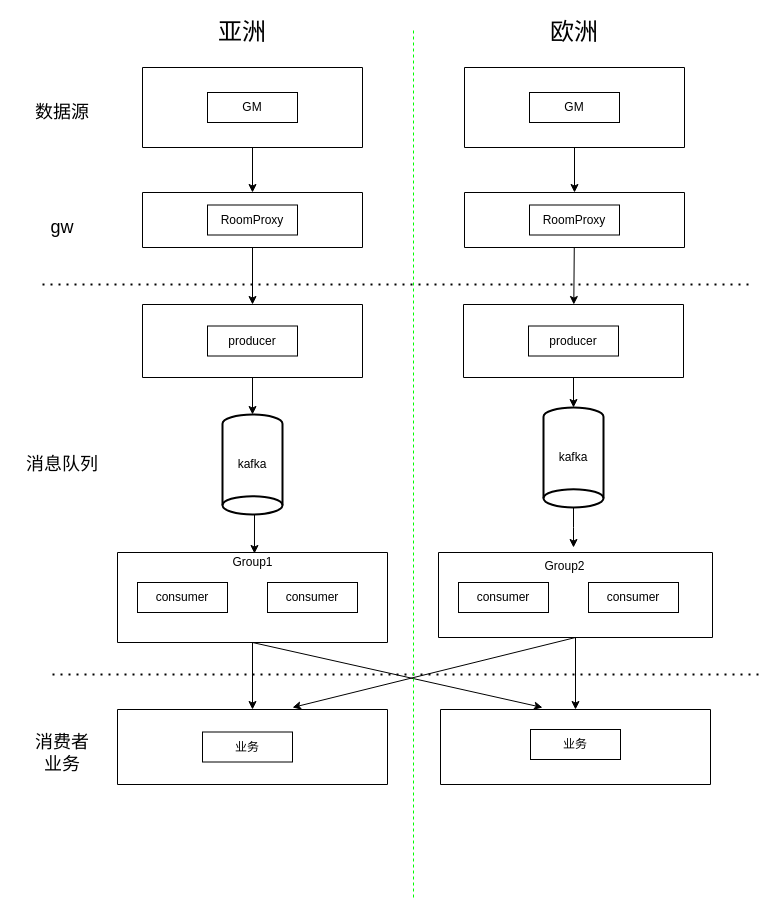
Earlier version of the draw.io diagram Untitled Diagram.drawio (lawlient/DrawIO). Source tidied: cells renumbered, new cells numbered last; positions are measured from the earlier drawing's top-left corner, leaving out a move shared by most shapes. Both pictures are drawn from the tidied source at 100%, with x=0, y=0 at pixel (22, 17).
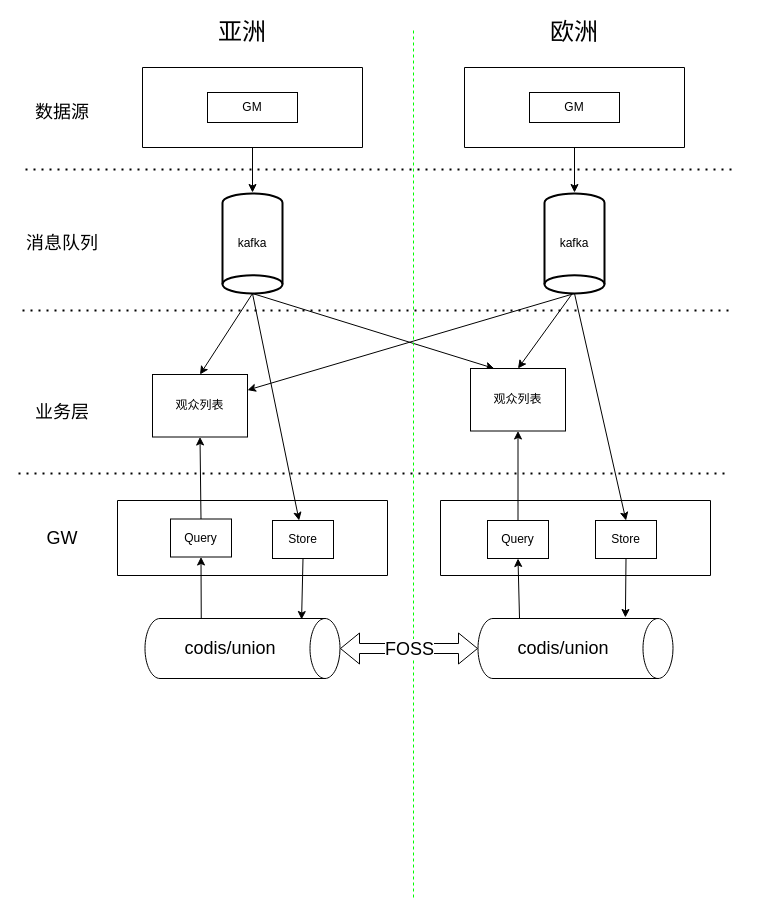
The same page after the edit.

Commit message:
观众数据读写架构图.drawio

Unchanged cells that the change refers to:
```xml
<mxCell id="3" style="swimlane;startSize=0;" parent="1" vertex="1">
  <mxGeometry x="120" y="50" width="220" height="80" as="geometry" />
</mxCell>
<mxCell id="42" style="swimlane;startSize=0;" parent="1" vertex="1">
  <mxGeometry x="442" y="50" width="220" height="80" as="geometry" />
</mxCell>
```

Diff of the diagram source:
```diff
@@
-    <mxCell id="2" style="edgeStyle=orthogonalEdgeStyle;rounded=0;jettySize=auto;html=1;exitX=0.5;exitY=1;exitDx=0;exitDy=0;entryX=0.5;entryY=0;entryDx=0;entryDy=0;" parent="1" edge="1" source="3" target="29">
-      <mxGeometry relative="1" as="geometry" />
+    <mxCell id="2" style="edgeStyle=orthogonalEdgeStyle;rounded=0;jettySize=auto;html=1;exitX=0.5;exitY=1;exitDx=0;exitDy=0;entryX=0.5;entryY=0;entryDx=0;entryDy=0;" parent="1" edge="1" source="3">
+      <mxGeometry relative="1" as="geometry">
+        <mxPoint x="230" y="175" as="targetPoint" />
+      </mxGeometry>
     </mxCell>
@@
-    <mxCell id="5" style="edgeStyle=orthogonalEdgeStyle;rounded=0;jettySize=auto;html=1;exitX=0.5;exitY=1;exitDx=0;exitDy=0;" parent="1" edge="1" source="7" target="22">
-      <mxGeometry relative="1" as="geometry" />
-    </mxCell>
-    <mxCell id="6" style="edgeStyle=none;rounded=0;jettySize=auto;html=1;exitX=0.5;exitY=1;exitDx=0;exitDy=0;fontSize=18;" parent="1" edge="1" source="7">
-      <mxGeometry relative="1" as="geometry">
-        <mxPoint x="520" y="690" as="targetPoint" />
-      </mxGeometry>
-    </mxCell>
-    <mxCell id="7" style="swimlane;startSize=0;" parent="1" vertex="1">
-      <mxGeometry x="95" y="535" width="270" height="90" as="geometry" />
-    </mxCell>
-    <mxCell id="8" value="consumer" style="rounded=0;whiteSpace=wrap;html=1;" parent="7" vertex="1">
-      <mxGeometry x="20" y="30" width="90" height="30" as="geometry" />
-    </mxCell>
-    <mxCell id="9" value="consumer" style="rounded=0;whiteSpace=wrap;html=1;" parent="7" vertex="1">
-      <mxGeometry x="150" y="30" width="90" height="30" as="geometry" />
-    </mxCell>
-    <mxCell id="10" value="Group1" style="text;html=1;align=center;verticalAlign=middle;points=[];strokeColor=none;fillColor=none;" parent="7" vertex="1">
-      <mxGeometry x="105" width="60" height="20" as="geometry" />
-    </mxCell>
-    <mxCell id="11" style="edgeStyle=orthogonalEdgeStyle;rounded=0;jettySize=auto;html=1;exitX=0.5;exitY=1;exitDx=0;exitDy=0;entryX=0;entryY=0.5;entryDx=0;entryDy=0;entryPerimeter=0;" parent="1" edge="1" source="12" target="15">
-      <mxGeometry relative="1" as="geometry" />
-    </mxCell>
-    <mxCell id="12" style="swimlane;startSize=0;" parent="1" vertex="1">
-      <mxGeometry x="120" y="287" width="220" height="73" as="geometry" />
-    </mxCell>
-    <mxCell id="13" value="producer" style="rounded=0;whiteSpace=wrap;html=1;" parent="12" vertex="1">
-      <mxGeometry x="65" y="21.5" width="90" height="30" as="geometry" />
-    </mxCell>
-    <mxCell id="14" style="edgeStyle=orthogonalEdgeStyle;rounded=0;jettySize=auto;html=1;exitX=1;exitY=0.5;exitDx=0;exitDy=0;exitPerimeter=0;entryX=0.533;entryY=0.05;entryDx=0;entryDy=0;entryPerimeter=0;fontSize=18;" parent="1" edge="1" source="15" target="10">
+    <mxCell id="14" style="rounded=0;jettySize=auto;html=1;exitX=1;exitY=0.5;exitDx=0;exitDy=0;exitPerimeter=0;entryX=0.5;entryY=0;entryDx=0;entryDy=0;fontSize=18;" parent="1" edge="1" source="15" target="72">
       <mxGeometry relative="1" as="geometry" />
     </mxCell>
+    <mxCell id="49" style="edgeStyle=none;rounded=0;jettySize=auto;html=1;exitX=1;exitY=0.5;exitDx=0;exitDy=0;exitPerimeter=0;fontSize=18;startArrow=none;startFill=0;strokeColor=#000000;" parent="1" edge="1" source="15" target="60">
+      <mxGeometry relative="1" as="geometry" />
+    </mxCell>
+    <mxCell id="50" style="edgeStyle=none;rounded=0;jettySize=auto;html=1;exitX=1;exitY=0.5;exitDx=0;exitDy=0;exitPerimeter=0;entryX=0.25;entryY=0;entryDx=0;entryDy=0;fontSize=18;startArrow=none;startFill=0;strokeColor=#000000;" parent="1" edge="1" source="15" target="70">
+      <mxGeometry relative="1" as="geometry" />
+    </mxCell>
     <mxCell id="15" value="kafka" style="strokeWidth=2;html=1;shape=mxgraph.flowchart.direct_data;whiteSpace=wrap;direction=south;" parent="1" vertex="1">
-      <mxGeometry x="200" y="397" width="60" height="100" as="geometry" />
+      <mxGeometry x="200" y="176" width="60" height="100" as="geometry" />
     </mxCell>
-    <mxCell id="16" style="edgeStyle=orthogonalEdgeStyle;rounded=0;jettySize=auto;html=1;exitX=0.5;exitY=1;exitDx=0;exitDy=0;entryX=0.5;entryY=0;entryDx=0;entryDy=0;" parent="1" edge="1" source="18" target="24">
-      <mxGeometry relative="1" as="geometry" />
-    </mxCell>
-    <mxCell id="17" style="rounded=0;jettySize=auto;html=1;exitX=0.5;exitY=1;exitDx=0;exitDy=0;fontSize=18;" parent="1" edge="1" source="18">
-      <mxGeometry relative="1" as="geometry">
-        <mxPoint x="270" y="690" as="targetPoint" />
-      </mxGeometry>
-    </mxCell>
-    <mxCell id="18" style="swimlane;startSize=0;" parent="1" vertex="1">
-      <mxGeometry x="416" y="535" width="274" height="85" as="geometry" />
-    </mxCell>
-    <mxCell id="19" value="consumer" style="rounded=0;whiteSpace=wrap;html=1;" parent="18" vertex="1">
-      <mxGeometry x="20" y="30" width="90" height="30" as="geometry" />
-    </mxCell>
-    <mxCell id="20" value="consumer" style="rounded=0;whiteSpace=wrap;html=1;" parent="18" vertex="1">
-      <mxGeometry x="150" y="30" width="90" height="30" as="geometry" />
-    </mxCell>
     <mxCell id="21" style="endArrow=none;dashed=1;html=1;dashPattern=1 3;strokeWidth=2;rounded=0;" parent="1" edge="1">
       <mxGeometry relative="1" as="geometry">
-        <mxPoint x="20" y="267" as="sourcePoint" />
-        <mxPoint x="730" y="267" as="targetPoint" />
+        <mxPoint x="3" y="152" as="sourcePoint" />
+        <mxPoint x="713" y="152" as="targetPoint" />
       </mxGeometry>
     </mxCell>
-    <mxCell id="22" style="swimlane;startSize=0;" parent="1" vertex="1">
-      <mxGeometry x="95" y="692" width="270" height="75" as="geometry" />
-    </mxCell>
-    <mxCell id="23" value="业务" style="rounded=0;whiteSpace=wrap;html=1;" parent="22" vertex="1">
-      <mxGeometry x="85" y="22.5" width="90" height="30" as="geometry" />
-    </mxCell>
-    <mxCell id="24" style="swimlane;startSize=0;" parent="1" vertex="1">
-      <mxGeometry x="418" y="692" width="270" height="75" as="geometry" />
-    </mxCell>
-    <mxCell id="25" value="业务" style="rounded=0;whiteSpace=wrap;html=1;" parent="24" vertex="1">
-      <mxGeometry x="90" y="20" width="90" height="30" as="geometry" />
-    </mxCell>
-    <mxCell id="26" value="Group2" style="text;html=1;align=center;verticalAlign=middle;strokeColor=none;fillColor=none;" parent="1" vertex="1">
-      <mxGeometry x="512" y="539" width="60" height="20" as="geometry" />
-    </mxCell>
     <mxCell id="27" style="endArrow=none;dashed=1;html=1;dashPattern=1 3;strokeWidth=2;rounded=0;" parent="1" edge="1">
       <mxGeometry relative="1" as="geometry">
-        <mxPoint x="30" y="657" as="sourcePoint" />
-        <mxPoint x="740" y="657" as="targetPoint" />
+        <mxPoint y="293" as="sourcePoint" />
+        <mxPoint x="710" y="293" as="targetPoint" />
       </mxGeometry>
     </mxCell>
-    <mxCell id="28" style="edgeStyle=orthogonalEdgeStyle;rounded=0;jettySize=auto;html=1;exitX=0.5;exitY=1;exitDx=0;exitDy=0;entryX=0.5;entryY=0;entryDx=0;entryDy=0;" parent="1" edge="1" source="29" target="12">
-      <mxGeometry relative="1" as="geometry" />
-    </mxCell>
-    <mxCell id="29" style="swimlane;startSize=0;" parent="1" vertex="1">
-      <mxGeometry x="120" y="175" width="220" height="55" as="geometry" />
-    </mxCell>
-    <mxCell id="30" value="RoomProxy" style="rounded=0;whiteSpace=wrap;html=1;" parent="29" vertex="1">
-      <mxGeometry x="65" y="12.5" width="90" height="30" as="geometry" />
-    </mxCell>
@@
-    <mxCell id="32" value="&lt;font style=&quot;font-size: 18px&quot;&gt;gw&lt;/font&gt;" style="text;html=1;strokeColor=none;fillColor=none;align=center;verticalAlign=middle;whiteSpace=wrap;rounded=0;" parent="1" vertex="1">
-      <mxGeometry x="10" y="195" width="60" height="30" as="geometry" />
-    </mxCell>
     <mxCell id="33" value="&lt;font style=&quot;font-size: 18px&quot;&gt;消息队列&lt;/font&gt;" style="text;html=1;strokeColor=none;fillColor=none;align=center;verticalAlign=middle;whiteSpace=wrap;rounded=0;" parent="1" vertex="1">
-      <mxGeometry y="431" width="80" height="32" as="geometry" />
+      <mxGeometry y="210" width="80" height="32" as="geometry" />
     </mxCell>
-    <mxCell id="34" value="&lt;font style=&quot;font-size: 18px&quot;&gt;消费者&lt;br&gt;业务&lt;br&gt;&lt;/font&gt;" style="text;html=1;strokeColor=none;fillColor=none;align=center;verticalAlign=middle;whiteSpace=wrap;rounded=0;" parent="1" vertex="1">
-      <mxGeometry y="720" width="80" height="32" as="geometry" />
+    <mxCell id="34" value="&lt;font style=&quot;font-size: 18px&quot;&gt;业务层&lt;br&gt;&lt;/font&gt;" style="text;html=1;strokeColor=none;fillColor=none;align=center;verticalAlign=middle;whiteSpace=wrap;rounded=0;" parent="1" vertex="1">
+      <mxGeometry y="378.5" width="80" height="32" as="geometry" />
     </mxCell>
@@
-    <mxCell id="36" style="edgeStyle=orthogonalEdgeStyle;rounded=0;jettySize=auto;html=1;exitX=1;exitY=0.5;exitDx=0;exitDy=0;exitPerimeter=0;fontSize=18;" parent="1" edge="1" source="37">
+    <mxCell id="36" style="rounded=0;jettySize=auto;html=1;fontSize=18;entryX=0.5;entryY=0;entryDx=0;entryDy=0;" parent="1" edge="1" target="70">
       <mxGeometry relative="1" as="geometry">
-        <mxPoint x="551" y="530" as="targetPoint" />
+        <mxPoint x="552" y="273" as="sourcePoint" />
       </mxGeometry>
     </mxCell>
+    <mxCell id="51" style="edgeStyle=none;rounded=0;jettySize=auto;html=1;exitX=1;exitY=0.5;exitDx=0;exitDy=0;exitPerimeter=0;entryX=0.5;entryY=0;entryDx=0;entryDy=0;fontSize=18;startArrow=none;startFill=0;strokeColor=#000000;" parent="1" edge="1" source="37" target="64">
+      <mxGeometry relative="1" as="geometry" />
+    </mxCell>
+    <mxCell id="52" style="edgeStyle=none;rounded=0;jettySize=auto;html=1;exitX=1;exitY=0.5;exitDx=0;exitDy=0;exitPerimeter=0;entryX=1;entryY=0.25;entryDx=0;entryDy=0;fontSize=18;startArrow=none;startFill=0;strokeColor=#000000;" parent="1" edge="1" source="37" target="72">
+      <mxGeometry relative="1" as="geometry" />
+    </mxCell>
     <mxCell id="37" value="kafka" style="strokeWidth=2;html=1;shape=mxgraph.flowchart.direct_data;whiteSpace=wrap;direction=south;" parent="1" vertex="1">
-      <mxGeometry x="521" y="390" width="60" height="100" as="geometry" />
+      <mxGeometry x="522" y="176" width="60" height="100" as="geometry" />
     </mxCell>
-    <mxCell id="38" style="edgeStyle=orthogonalEdgeStyle;rounded=0;jettySize=auto;html=1;exitX=0.5;exitY=1;exitDx=0;exitDy=0;entryX=0;entryY=0.5;entryDx=0;entryDy=0;entryPerimeter=0;fontSize=18;" parent="1" edge="1" source="39" target="37">
-      <mxGeometry relative="1" as="geometry" />
-    </mxCell>
-    <mxCell id="39" style="swimlane;startSize=0;" parent="1" vertex="1">
-      <mxGeometry x="441" y="287" width="220" height="73" as="geometry" />
-    </mxCell>
-    <mxCell id="40" value="producer" style="rounded=0;whiteSpace=wrap;html=1;" parent="39" vertex="1">
-      <mxGeometry x="65" y="21.5" width="90" height="30" as="geometry" />
-    </mxCell>
-    <mxCell id="41" style="edgeStyle=orthogonalEdgeStyle;rounded=0;jettySize=auto;html=1;exitX=0.5;exitY=1;exitDx=0;exitDy=0;entryX=0.5;entryY=0;entryDx=0;entryDy=0;" parent="1" edge="1" source="42" target="45">
-      <mxGeometry relative="1" as="geometry" />
+    <mxCell id="41" style="edgeStyle=orthogonalEdgeStyle;rounded=0;jettySize=auto;html=1;exitX=0.5;exitY=1;exitDx=0;exitDy=0;entryX=0.5;entryY=0;entryDx=0;entryDy=0;" parent="1" edge="1" source="42">
+      <mxGeometry relative="1" as="geometry">
+        <mxPoint x="552" y="175" as="targetPoint" />
+      </mxGeometry>
     </mxCell>
@@
-    <mxCell id="44" style="edgeStyle=none;rounded=0;jettySize=auto;html=1;fontSize=18;" parent="1" edge="1" source="45" target="39">
-      <mxGeometry relative="1" as="geometry" />
-    </mxCell>
-    <mxCell id="45" style="swimlane;startSize=0;" parent="1" vertex="1">
-      <mxGeometry x="442" y="175" width="220" height="55" as="geometry" />
-    </mxCell>
-    <mxCell id="46" value="RoomProxy" style="rounded=0;whiteSpace=wrap;html=1;" parent="45" vertex="1">
-      <mxGeometry x="65" y="12.5" width="90" height="30" as="geometry" />
-    </mxCell>
@@
+    <mxCell id="53" style="edgeStyle=none;rounded=0;jettySize=auto;html=1;exitX=0.5;exitY=0;exitDx=0;exitDy=0;exitPerimeter=0;fontSize=18;strokeColor=#000000;shape=flexArrow;startArrow=block;" parent="1" edge="1" source="56" target="57">
+      <mxGeometry relative="1" as="geometry" />
+    </mxCell>
+    <mxCell id="54" value="FOSS" style="edgeLabel;html=1;align=center;verticalAlign=middle;fontSize=18;" parent="53" vertex="1">
+      <mxGeometry x="0.15" y="-1" relative="1" as="geometry">
+        <mxPoint x="-10" y="-1" as="offset" />
+      </mxGeometry>
+    </mxCell>
+    <mxCell id="55" style="edgeStyle=none;rounded=0;jettySize=auto;html=1;exitX=0;exitY=0;exitDx=0;exitDy=138.75;exitPerimeter=0;entryX=0.5;entryY=1;entryDx=0;entryDy=0;fontSize=18;startArrow=none;startFill=0;strokeColor=#000000;" parent="1" edge="1" source="56" target="59">
+      <mxGeometry relative="1" as="geometry" />
+    </mxCell>
+    <mxCell id="56" value="&lt;span&gt;codis/union&lt;/span&gt;" style="shape=cylinder3;whiteSpace=wrap;html=1;boundedLbl=1;backgroundOutline=1;size=15;fontSize=18;direction=south;" parent="1" vertex="1">
+      <mxGeometry x="122.5" y="601" width="195" height="60" as="geometry" />
+    </mxCell>
+    <mxCell id="57" value="&lt;span&gt;codis/union&lt;/span&gt;" style="shape=cylinder3;whiteSpace=wrap;html=1;boundedLbl=1;backgroundOutline=1;size=15;fontSize=18;direction=south;" parent="1" vertex="1">
+      <mxGeometry x="455.5" y="601" width="195" height="60" as="geometry" />
+    </mxCell>
+    <mxCell id="58" style="swimlane;startSize=0;" parent="1" vertex="1">
+      <mxGeometry x="95" y="483" width="270" height="75" as="geometry" />
+    </mxCell>
+    <mxCell id="59" value="Query" style="rounded=0;whiteSpace=wrap;html=1;" parent="58" vertex="1">
+      <mxGeometry x="53" y="18.5" width="61" height="38" as="geometry" />
+    </mxCell>
+    <mxCell id="60" value="Store" style="rounded=0;whiteSpace=wrap;html=1;" parent="58" vertex="1">
+      <mxGeometry x="155" y="20" width="61" height="38" as="geometry" />
+    </mxCell>
+    <mxCell id="61" value="&lt;font style=&quot;font-size: 18px&quot;&gt;GW&lt;br&gt;&lt;/font&gt;" style="text;html=1;strokeColor=none;fillColor=none;align=center;verticalAlign=middle;whiteSpace=wrap;rounded=0;" parent="1" vertex="1">
+      <mxGeometry y="504.5" width="80" height="32" as="geometry" />
+    </mxCell>
+    <mxCell id="62" style="swimlane;startSize=0;" parent="1" vertex="1">
+      <mxGeometry x="418" y="483" width="270" height="75" as="geometry" />
+    </mxCell>
+    <mxCell id="63" value="Query" style="rounded=0;whiteSpace=wrap;html=1;" parent="62" vertex="1">
+      <mxGeometry x="47" y="20" width="61" height="38" as="geometry" />
+    </mxCell>
+    <mxCell id="64" value="Store" style="rounded=0;whiteSpace=wrap;html=1;" parent="62" vertex="1">
+      <mxGeometry x="155" y="20" width="61" height="38" as="geometry" />
+    </mxCell>
+    <mxCell id="65" style="edgeStyle=none;rounded=0;jettySize=auto;html=1;exitX=0.5;exitY=1;exitDx=0;exitDy=0;fontSize=18;startArrow=none;startFill=0;strokeColor=#000000;entryX=0.017;entryY=0.197;entryDx=0;entryDy=0;entryPerimeter=0;" parent="1" edge="1" source="60" target="56">
+      <mxGeometry relative="1" as="geometry" />
+    </mxCell>
+    <mxCell id="66" style="edgeStyle=none;rounded=0;jettySize=auto;html=1;entryX=0.5;entryY=1;entryDx=0;entryDy=0;fontSize=18;startArrow=none;startFill=0;strokeColor=#000000;exitX=0.5;exitY=0;exitDx=0;exitDy=0;" parent="1" edge="1" source="63" target="70">
+      <mxGeometry relative="1" as="geometry" />
+    </mxCell>
+    <mxCell id="67" style="edgeStyle=none;rounded=0;jettySize=auto;html=1;fontSize=18;startArrow=none;startFill=0;strokeColor=#000000;entryX=0.5;entryY=1;entryDx=0;entryDy=0;exitX=0;exitY=0.787;exitDx=0;exitDy=0;exitPerimeter=0;" parent="1" edge="1" source="57" target="63">
+      <mxGeometry relative="1" as="geometry" />
+    </mxCell>
+    <mxCell id="68" style="edgeStyle=none;rounded=0;jettySize=auto;html=1;exitX=0.5;exitY=1;exitDx=0;exitDy=0;entryX=-0.017;entryY=0.244;entryDx=0;entryDy=0;entryPerimeter=0;fontSize=18;startArrow=none;startFill=0;strokeColor=#000000;" parent="1" edge="1" source="64" target="57">
+      <mxGeometry relative="1" as="geometry" />
+    </mxCell>
+    <mxCell id="69" style="endArrow=none;dashed=1;html=1;dashPattern=1 3;strokeWidth=2;rounded=0;" parent="1" edge="1">
+      <mxGeometry relative="1" as="geometry">
+        <mxPoint x="-4" y="456" as="sourcePoint" />
+        <mxPoint x="706" y="456" as="targetPoint" />
+      </mxGeometry>
+    </mxCell>
+    <mxCell id="70" value="观众列表" style="rounded=0;whiteSpace=wrap;html=1;" parent="1" vertex="1">
+      <mxGeometry x="448" y="351" width="95" height="62.5" as="geometry" />
+    </mxCell>
+    <mxCell id="71" style="edgeStyle=none;rounded=0;jettySize=auto;html=1;exitX=0.5;exitY=0;exitDx=0;exitDy=0;entryX=0.5;entryY=1;entryDx=0;entryDy=0;fontSize=18;startArrow=none;startFill=0;strokeColor=#000000;" parent="1" edge="1" source="59" target="72">
+      <mxGeometry relative="1" as="geometry" />
+    </mxCell>
+    <mxCell id="72" value="观众列表" style="rounded=0;whiteSpace=wrap;html=1;" parent="1" vertex="1">
+      <mxGeometry x="130" y="357" width="95" height="62.5" as="geometry" />
+    </mxCell>
```
